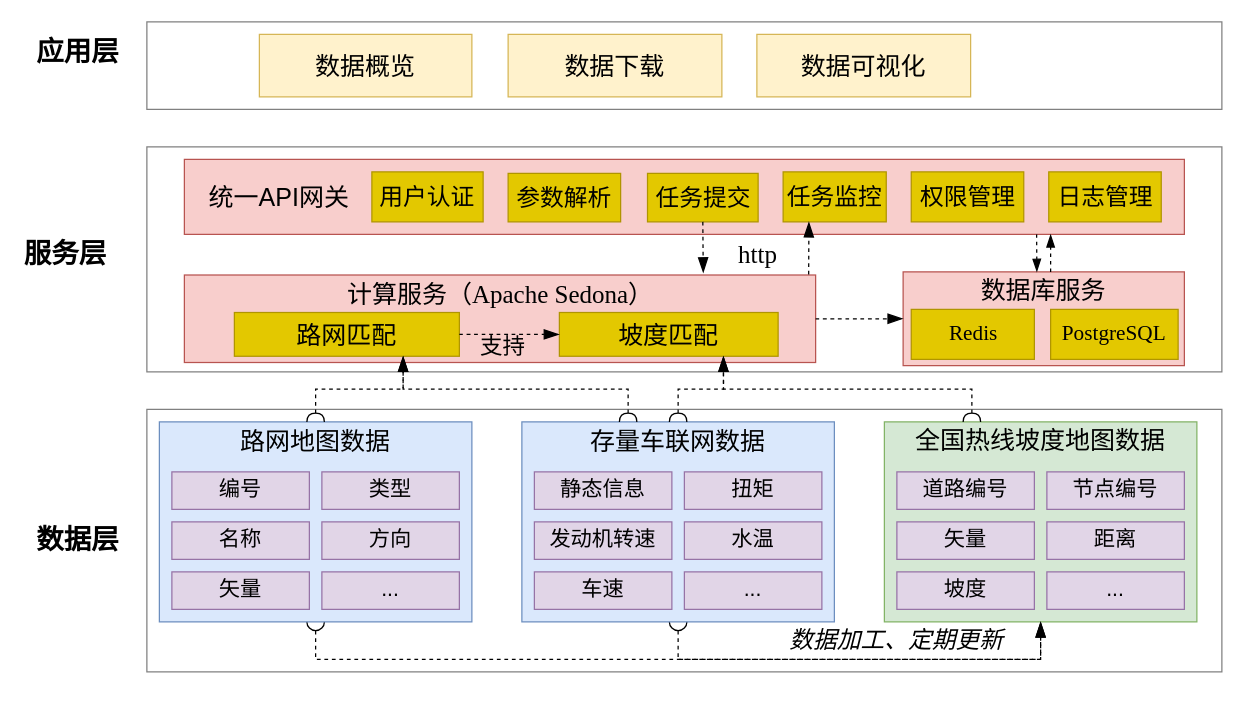
Above: 车联网数据地理信息匹配服务.drawio in wangwuhua11/draw (draw.io), before the change. Source tidied: cells renumbered, new cells numbered last; positions are measured from the earlier drawing's top-left corner, leaving out a move shared by most shapes. Both pictures are drawn from the tidied source at 125%, with x=0, y=0 at pixel (21, 21).
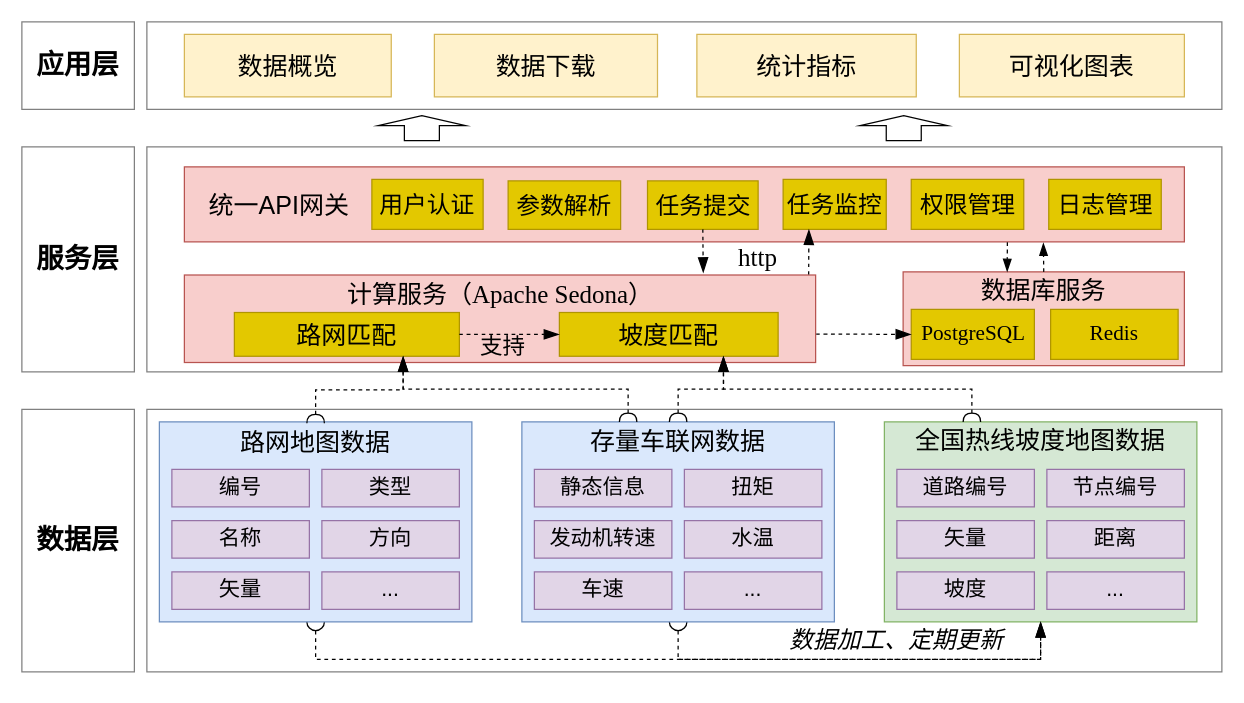
The same page after the edit.

Commit message (it also covers changes not shown here):
更新车联网数据地理信息匹配服务.drawio

Unchanged cells that the change refers to:
```xml
<mxCell id="36" style="rounded=0;whiteSpace=wrap;html=1;fontFamily=宋体;fillColor=#f8cecc;strokeColor=#b85450;" parent="1" vertex="1">
  <mxGeometry x="130" y="202.5" width="505" height="70" as="geometry" />
</mxCell>
<mxCell id="37" style="rounded=0;whiteSpace=wrap;html=1;fontFamily=Times New Roman;fillColor=#f8cecc;strokeColor=#b85450;" parent="1" vertex="1">
  <mxGeometry x="705" y="200" width="225" height="75" as="geometry" />
</mxCell>
<mxCell id="41" value="&lt;font face=&quot;宋体&quot;&gt;数据库服务&lt;/font&gt;" style="text;strokeColor=none;fillColor=none;html=1;align=center;verticalAlign=middle;whiteSpace=wrap;rounded=0;fontSize=20;fontFamily=Architects Daughter;" parent="1" vertex="1">
  <mxGeometry x="759" y="200" width="117" height="30" as="geometry" />
</mxCell>
```

Change to the diagram source:
```diff
@@
+    <mxCell id="66" style="rounded=0;whiteSpace=wrap;html=1;fontFamily=Architects Daughter;strokeColor=#808080;" parent="1" vertex="1">
+      <mxGeometry y="310" width="90" height="210" as="geometry" />
+    </mxCell>
+    <mxCell id="67" style="rounded=0;whiteSpace=wrap;html=1;fontFamily=Architects Daughter;strokeColor=#808080;" parent="1" vertex="1">
+      <mxGeometry y="100" width="90" height="180" as="geometry" />
+    </mxCell>
+    <mxCell id="68" style="rounded=0;whiteSpace=wrap;html=1;fontFamily=Architects Daughter;strokeColor=#808080;" parent="1" vertex="1">
+      <mxGeometry width="90" height="70" as="geometry" />
+    </mxCell>
@@
     <mxCell id="9" value="&lt;span style=&quot;font-size: 20px;&quot;&gt;数据概览&lt;/span&gt;" style="rounded=0;whiteSpace=wrap;html=1;fontFamily=宋体;fillColor=#fff2cc;strokeColor=#d6b656;" parent="1" vertex="1">
-      <mxGeometry x="190" y="10" width="170" height="50" as="geometry" />
+      <mxGeometry x="130" y="10" width="165.5" height="50" as="geometry" />
     </mxCell>
@@
     <mxCell id="12" value="&lt;font style=&quot;font-size: 20px;&quot;&gt;数据下载&lt;/font&gt;" style="rounded=0;whiteSpace=wrap;html=1;fontFamily=宋体;fillColor=#fff2cc;strokeColor=#d6b656;" parent="1" vertex="1">
-      <mxGeometry x="389" y="10" width="171" height="50" as="geometry" />
+      <mxGeometry x="330" y="10" width="178.5" height="50" as="geometry" />
     </mxCell>
@@
     <mxCell id="14" value="&lt;b&gt;&lt;font style=&quot;font-size: 22px;&quot; face=&quot;宋体&quot;&gt;应用层&lt;/font&gt;&lt;/b&gt;" style="text;strokeColor=none;fillColor=none;html=1;align=center;verticalAlign=middle;whiteSpace=wrap;rounded=0;fontSize=20;fontFamily=Architects Daughter;" parent="1" vertex="1">
-      <mxGeometry x="10" y="10" width="70" height="30" as="geometry" />
+      <mxGeometry x="10" y="20" width="70" height="30" as="geometry" />
     </mxCell>
     <mxCell id="15" value="路网地图数据" style="text;strokeColor=none;fillColor=none;html=1;align=center;verticalAlign=middle;whiteSpace=wrap;rounded=0;fontSize=20;fontFamily=宋体;" parent="1" vertex="1">
-      <mxGeometry x="170" y="320" width="130" height="30" as="geometry" />
+      <mxGeometry x="170" y="321" width="130" height="30" as="geometry" />
     </mxCell>
@@
     <mxCell id="18" value="&lt;span style=&quot;font-size: 17px;&quot;&gt;静态信息&lt;/span&gt;" style="rounded=0;whiteSpace=wrap;html=1;fontFamily=宋体;fillColor=#e1d5e7;strokeColor=#9673a6;" parent="1" vertex="1">
-      <mxGeometry x="410" y="360" width="110" height="30" as="geometry" />
+      <mxGeometry x="410" y="358" width="110" height="30" as="geometry" />
     </mxCell>
     <mxCell id="19" value="&lt;font style=&quot;font-size: 17px;&quot;&gt;扭矩&lt;/font&gt;" style="rounded=0;whiteSpace=wrap;html=1;fontFamily=宋体;fillColor=#e1d5e7;strokeColor=#9673a6;" parent="1" vertex="1">
-      <mxGeometry x="530" y="360" width="110" height="30" as="geometry" />
+      <mxGeometry x="530" y="358" width="110" height="30" as="geometry" />
     </mxCell>
     <mxCell id="20" value="&lt;font style=&quot;font-size: 17px;&quot;&gt;发动机转速&lt;/font&gt;" style="rounded=0;whiteSpace=wrap;html=1;fontFamily=宋体;fillColor=#e1d5e7;strokeColor=#9673a6;" parent="1" vertex="1">
-      <mxGeometry x="410" y="400" width="110" height="30" as="geometry" />
+      <mxGeometry x="410" y="399" width="110" height="30" as="geometry" />
     </mxCell>
     <mxCell id="21" value="&lt;font style=&quot;font-size: 17px;&quot;&gt;水温&lt;/font&gt;" style="rounded=0;whiteSpace=wrap;html=1;fontFamily=宋体;fillColor=#e1d5e7;strokeColor=#9673a6;" parent="1" vertex="1">
-      <mxGeometry x="530" y="400" width="110" height="30" as="geometry" />
+      <mxGeometry x="530" y="399" width="110" height="30" as="geometry" />
     </mxCell>
@@
     <mxCell id="24" value="&lt;span style=&quot;font-size: 17px;&quot;&gt;编号&lt;/span&gt;" style="rounded=0;whiteSpace=wrap;html=1;fontFamily=宋体;fillColor=#e1d5e7;strokeColor=#9673a6;" parent="1" vertex="1">
-      <mxGeometry x="120" y="360" width="110" height="30" as="geometry" />
+      <mxGeometry x="120" y="358" width="110" height="30" as="geometry" />
     </mxCell>
     <mxCell id="25" value="&lt;span style=&quot;font-size: 17px;&quot;&gt;类型&lt;/span&gt;" style="rounded=0;whiteSpace=wrap;html=1;fontFamily=宋体;fillColor=#e1d5e7;strokeColor=#9673a6;" parent="1" vertex="1">
-      <mxGeometry x="240" y="360" width="110" height="30" as="geometry" />
+      <mxGeometry x="240" y="358" width="110" height="30" as="geometry" />
     </mxCell>
     <mxCell id="26" value="&lt;span style=&quot;font-size: 17px;&quot;&gt;名称&lt;/span&gt;" style="rounded=0;whiteSpace=wrap;html=1;fontFamily=宋体;fillColor=#e1d5e7;strokeColor=#9673a6;" parent="1" vertex="1">
-      <mxGeometry x="120" y="400" width="110" height="30" as="geometry" />
+      <mxGeometry x="120" y="399" width="110" height="30" as="geometry" />
     </mxCell>
     <mxCell id="27" value="&lt;span style=&quot;font-size: 17px;&quot;&gt;方向&lt;/span&gt;" style="rounded=0;whiteSpace=wrap;html=1;fontFamily=宋体;fillColor=#e1d5e7;strokeColor=#9673a6;" parent="1" vertex="1">
-      <mxGeometry x="240" y="400" width="110" height="30" as="geometry" />
+      <mxGeometry x="240" y="399" width="110" height="30" as="geometry" />
     </mxCell>
@@
     <mxCell id="30" value="&lt;span style=&quot;font-size: 17px;&quot;&gt;道路编号&lt;/span&gt;" style="rounded=0;whiteSpace=wrap;html=1;fontFamily=宋体;fillColor=#e1d5e7;strokeColor=#9673a6;" parent="1" vertex="1">
-      <mxGeometry x="700" y="360" width="110" height="30" as="geometry" />
+      <mxGeometry x="700" y="358" width="110" height="30" as="geometry" />
     </mxCell>
     <mxCell id="31" value="&lt;span style=&quot;font-size: 17px;&quot;&gt;节点编号&lt;/span&gt;" style="rounded=0;whiteSpace=wrap;html=1;fontFamily=宋体;fillColor=#e1d5e7;strokeColor=#9673a6;" parent="1" vertex="1">
-      <mxGeometry x="820" y="360" width="110" height="30" as="geometry" />
+      <mxGeometry x="820" y="358" width="110" height="30" as="geometry" />
     </mxCell>
     <mxCell id="32" value="&lt;span style=&quot;font-size: 17px;&quot;&gt;矢量&lt;/span&gt;" style="rounded=0;whiteSpace=wrap;html=1;fontFamily=宋体;fillColor=#e1d5e7;strokeColor=#9673a6;" parent="1" vertex="1">
-      <mxGeometry x="700" y="400" width="110" height="30" as="geometry" />
+      <mxGeometry x="700" y="399" width="110" height="30" as="geometry" />
     </mxCell>
@@
     <mxCell id="34" value="&lt;span style=&quot;font-size: 17px;&quot;&gt;距离&lt;/span&gt;" style="rounded=0;whiteSpace=wrap;html=1;fontFamily=宋体;fillColor=#e1d5e7;strokeColor=#9673a6;" parent="1" vertex="1">
-      <mxGeometry x="820" y="400" width="110" height="30" as="geometry" />
+      <mxGeometry x="820" y="399" width="110" height="30" as="geometry" />
     </mxCell>
@@
     <mxCell id="38" style="rounded=0;whiteSpace=wrap;html=1;fontFamily=宋体;fillColor=#f8cecc;strokeColor=#b85450;" parent="1" vertex="1">
-      <mxGeometry x="130" y="110" width="800" height="60" as="geometry" />
+      <mxGeometry x="130" y="116" width="800" height="60" as="geometry" />
     </mxCell>
-    <mxCell id="39" value="Redis" style="rounded=0;whiteSpace=wrap;html=1;fontFamily=Times New Roman;fontSize=17;fillColor=#e3c800;fontColor=#000000;strokeColor=#B09500;" parent="1" vertex="1">
+    <mxCell id="39" value="PostgreSQL" style="rounded=0;whiteSpace=wrap;html=1;fontFamily=Times New Roman;fontSize=17;fillColor=#e3c800;fontColor=#000000;strokeColor=#B09500;" parent="1" vertex="1">
       <mxGeometry x="711.5" y="230" width="98.5" height="40" as="geometry" />
     </mxCell>
-    <mxCell id="40" value="PostgreSQL" style="rounded=0;whiteSpace=wrap;html=1;fontFamily=Times New Roman;fontSize=17;fillColor=#e3c800;fontColor=#000000;strokeColor=#B09500;" parent="1" vertex="1">
+    <mxCell id="40" value="Redis" style="rounded=0;whiteSpace=wrap;html=1;fontFamily=Times New Roman;fontSize=17;fillColor=#e3c800;fontColor=#000000;strokeColor=#B09500;" parent="1" vertex="1">
       <mxGeometry x="823" y="230" width="102" height="40" as="geometry" />
     </mxCell>
@@
     <mxCell id="44" value="&lt;font style=&quot;font-size: 20px;&quot; face=&quot;Times New Roman&quot;&gt;http&lt;/font&gt;" style="text;strokeColor=none;fillColor=none;html=1;align=center;verticalAlign=middle;whiteSpace=wrap;rounded=0;fontSize=18;fontFamily=Architects Daughter;" parent="1" vertex="1">
-      <mxGeometry x="564" y="173.5" width="50" height="25" as="geometry" />
+      <mxGeometry x="564" y="176.5" width="50" height="25" as="geometry" />
     </mxCell>
-    <mxCell id="45" style="edgeStyle=none;jettySize=auto;html=1;rounded=0;fontFamily=Architects Daughter;fontSize=16;startSize=14;endArrow=blockThin;endSize=10;sourcePerimeterSpacing=8;targetPerimeterSpacing=8;curved=1;exitX=1;exitY=0.5;exitDx=0;exitDy=0;dashed=1;endFill=1;entryX=0;entryY=0.5;entryDx=0;entryDy=0;" parent="1" edge="1" source="36" target="37">
+    <mxCell id="45" style="edgeStyle=none;jettySize=auto;html=1;rounded=0;fontFamily=Architects Daughter;fontSize=16;startSize=14;endArrow=blockThin;endSize=10;sourcePerimeterSpacing=8;targetPerimeterSpacing=8;curved=1;exitX=1.001;exitY=0.675;exitDx=0;exitDy=0;dashed=1;endFill=1;entryX=0;entryY=0.5;entryDx=0;entryDy=0;exitPerimeter=0;" parent="1" edge="1" source="36" target="39">
       <mxGeometry relative="1" as="geometry" />
     </mxCell>
     <mxCell id="46" value="&lt;span style=&quot;font-family: 宋体;&quot;&gt;统一API网关&lt;/span&gt;" style="text;strokeColor=none;fillColor=none;html=1;align=center;verticalAlign=middle;whiteSpace=wrap;rounded=0;fontSize=20;fontFamily=Architects Daughter;" parent="1" vertex="1">
-      <mxGeometry x="141" y="125.6" width="130" height="30" as="geometry" />
+      <mxGeometry x="141" y="131.6" width="130" height="30" as="geometry" />
     </mxCell>
     <mxCell id="47" value="&lt;p style=&quot;line-height: 100%;&quot;&gt;用户认证&lt;/p&gt;" style="rounded=0;whiteSpace=wrap;html=1;fontFamily=宋体;fontSize=19;fillColor=#e3c800;fontColor=#000000;strokeColor=#B09500;" parent="1" vertex="1">
-      <mxGeometry x="280" y="120" width="89" height="40" as="geometry" />
+      <mxGeometry x="280" y="126" width="89" height="40" as="geometry" />
     </mxCell>
     <mxCell id="48" value="&lt;p style=&quot;line-height: 100%;&quot;&gt;权限管理&lt;/p&gt;" style="rounded=0;whiteSpace=wrap;html=1;fontFamily=宋体;fontSize=19;fillColor=#e3c800;fontColor=#000000;strokeColor=#B09500;" parent="1" vertex="1">
-      <mxGeometry x="711.5" y="120" width="90" height="40" as="geometry" />
+      <mxGeometry x="711.5" y="126" width="90" height="40" as="geometry" />
     </mxCell>
     <mxCell id="49" value="&lt;p style=&quot;line-height: 100%;&quot;&gt;日志管理&lt;/p&gt;" style="rounded=0;whiteSpace=wrap;html=1;fontFamily=宋体;fontSize=19;fillColor=#e3c800;fontColor=#000000;strokeColor=#B09500;" parent="1" vertex="1">
-      <mxGeometry x="821.5" y="120" width="90" height="40" as="geometry" />
+      <mxGeometry x="821.5" y="126" width="90" height="40" as="geometry" />
     </mxCell>
     <mxCell id="50" value="&lt;p style=&quot;line-height: 100%;&quot;&gt;参数解析&lt;/p&gt;" style="rounded=0;whiteSpace=wrap;html=1;fontFamily=宋体;fontSize=19;fillColor=#e3c800;fontColor=#000000;strokeColor=#B09500;" parent="1" vertex="1">
-      <mxGeometry x="389" y="121.2" width="90" height="38.8" as="geometry" />
+      <mxGeometry x="389" y="127.2" width="90" height="38.8" as="geometry" />
     </mxCell>
     <mxCell id="51" value="&lt;p style=&quot;line-height: 100%;&quot;&gt;任务提交&lt;/p&gt;" style="rounded=0;whiteSpace=wrap;html=1;fontFamily=宋体;fontSize=19;fillColor=#e3c800;fontColor=#000000;strokeColor=#B09500;" parent="1" vertex="1">
-      <mxGeometry x="500.5" y="121.2" width="88.5" height="38.8" as="geometry" />
+      <mxGeometry x="500.5" y="127.2" width="88.5" height="38.8" as="geometry" />
     </mxCell>
     <mxCell id="52" value="&lt;p style=&quot;line-height: 100%;&quot;&gt;任务监控&lt;/p&gt;" style="rounded=0;whiteSpace=wrap;html=1;fontFamily=宋体;fontSize=19;fillColor=#e3c800;fontColor=#000000;strokeColor=#B09500;" parent="1" vertex="1">
-      <mxGeometry x="609" y="120" width="82.5" height="40" as="geometry" />
+      <mxGeometry x="609" y="126" width="82.5" height="40" as="geometry" />
     </mxCell>
-    <mxCell id="53" style="edgeStyle=none;orthogonalLoop=1;jettySize=auto;html=1;rounded=0;fontFamily=Architects Daughter;fontSize=16;startSize=14;endArrow=blockThin;endSize=8;sourcePerimeterSpacing=8;targetPerimeterSpacing=8;curved=1;exitX=0.18;exitY=1.006;exitDx=0;exitDy=0;exitPerimeter=0;dashed=1;endFill=1;" parent="1" edge="1">
-      <mxGeometry relative="1" as="geometry">
-        <mxPoint x="811.8" y="170" as="sourcePoint" />
-        <mxPoint x="812" y="200" as="targetPoint" />
-      </mxGeometry>
+    <mxCell id="53" style="edgeStyle=none;jettySize=auto;html=1;rounded=0;fontFamily=Architects Daughter;fontSize=16;startSize=14;endArrow=blockThin;endSize=8;sourcePerimeterSpacing=8;targetPerimeterSpacing=8;curved=1;dashed=1;endFill=1;entryX=0.25;entryY=0;entryDx=0;entryDy=0;exitX=0.823;exitY=1.006;exitDx=0;exitDy=0;exitPerimeter=0;" parent="1" edge="1" source="38" target="41">
+      <mxGeometry relative="1" as="geometry" />
     </mxCell>
-    <mxCell id="54" style="edgeStyle=none;orthogonalLoop=1;jettySize=auto;html=1;rounded=0;fontFamily=Architects Daughter;fontSize=16;startSize=14;endArrow=blockThin;endSize=8;sourcePerimeterSpacing=8;targetPerimeterSpacing=8;curved=1;dashed=1;endFill=1;" parent="1" edge="1">
-      <mxGeometry relative="1" as="geometry">
-        <mxPoint x="823" y="200" as="sourcePoint" />
-        <mxPoint x="823" y="170" as="targetPoint" />
-      </mxGeometry>
+    <mxCell id="54" style="edgeStyle=none;jettySize=auto;html=1;rounded=0;fontFamily=Architects Daughter;fontSize=16;startSize=14;endArrow=blockThin;endSize=8;sourcePerimeterSpacing=8;targetPerimeterSpacing=8;curved=1;dashed=1;endFill=1;exitX=0.5;exitY=0;exitDx=0;exitDy=0;entryX=0.859;entryY=1.012;entryDx=0;entryDy=0;entryPerimeter=0;" parent="1" edge="1" source="41" target="38">
+      <mxGeometry relative="1" as="geometry" />
     </mxCell>
     <mxCell id="55" value="&lt;b&gt;&lt;font style=&quot;font-size: 22px;&quot; face=&quot;宋体&quot;&gt;服务层&lt;/font&gt;&lt;/b&gt;" style="text;strokeColor=none;fillColor=none;html=1;align=center;verticalAlign=middle;whiteSpace=wrap;rounded=0;fontSize=20;fontFamily=Architects Daughter;" parent="1" vertex="1">
-      <mxGeometry y="171" width="70" height="30" as="geometry" />
+      <mxGeometry x="10" y="175" width="70" height="30" as="geometry" />
     </mxCell>
@@
-    <mxCell id="63" value="&lt;font style=&quot;font-size: 20px;&quot;&gt;数据可视化&lt;/font&gt;" style="rounded=0;whiteSpace=wrap;html=1;fontFamily=宋体;fillColor=#fff2cc;strokeColor=#d6b656;" parent="1" vertex="1">
-      <mxGeometry x="588" y="10" width="171" height="50" as="geometry" />
+    <mxCell id="63" value="&lt;font style=&quot;font-size: 20px;&quot;&gt;统计指标&lt;/font&gt;" style="rounded=0;whiteSpace=wrap;html=1;fontFamily=宋体;fillColor=#fff2cc;strokeColor=#d6b656;" parent="1" vertex="1">
+      <mxGeometry x="540" y="10" width="175.5" height="50" as="geometry" />
     </mxCell>
@@
+    <mxCell id="69" value="&lt;font style=&quot;font-size: 20px;&quot;&gt;可视化图表&lt;/font&gt;" style="rounded=0;whiteSpace=wrap;html=1;fontFamily=宋体;fillColor=#fff2cc;strokeColor=#d6b656;" parent="1" vertex="1">
+      <mxGeometry x="750" y="10" width="180" height="50" as="geometry" />
+    </mxCell>
+    <mxCell id="70" style="shape=singleArrow;whiteSpace=wrap;html=1;arrowWidth=0.4;arrowSize=0.4;fontFamily=Architects Daughter;rotation=-90;" parent="1" vertex="1">
+      <mxGeometry x="310" y="50" width="20" height="70" as="geometry" />
+    </mxCell>
+    <mxCell id="71" style="shape=singleArrow;whiteSpace=wrap;html=1;arrowWidth=0.4;arrowSize=0.4;fontFamily=Architects Daughter;rotation=-90;" parent="1" vertex="1">
+      <mxGeometry x="695.5" y="50" width="20" height="70" as="geometry" />
+    </mxCell>
```
